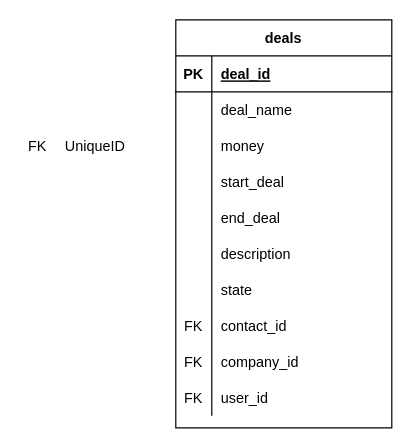
Earlier version of the draw.io diagram page "deals" (4 of 10) of Untitled Diagram.drawio (stamppls/crm-design). Source tidied: cells renumbered, new cells numbered last; positions are measured from the earlier drawing's top-left corner, leaving out a move shared by most shapes. Both pictures are drawn from the tidied source at 120%, with x=0, y=0 at pixel (19, 19).
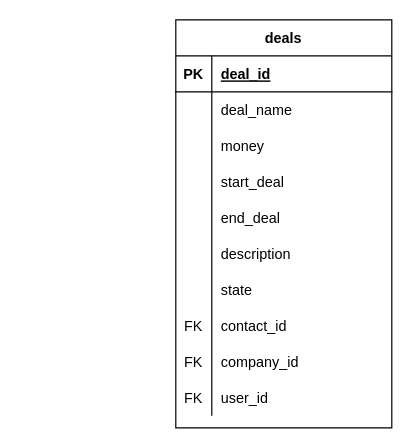
The same diagram, later.

Change to the diagram source:
```diff
@@
-    <mxCell id="33" style="shape=table;startSize=0;childLayout=tableLayout;rowLines=0;fontStyle=0;align=center;strokeColor=none;fillColor=none;" parent="1" vertex="1">
-      <mxGeometry y="90" width="180" height="30" as="geometry" />
-    </mxCell>
-    <mxCell id="34" style="shape=partialRectangle;fillColor=none;top=0;left=0;bottom=0;right=0;" parent="33" vertex="1">
-      <mxGeometry width="180" height="30" as="geometry" />
-    </mxCell>
-    <mxCell id="35" value="FK" style="shape=partialRectangle;fillColor=none;top=0;left=0;bottom=0;right=0;fontStyle=0;overflow=hidden;" parent="34" vertex="1">
-      <mxGeometry width="30" height="30" as="geometry" />
-    </mxCell>
-    <mxCell id="36" value="UniqueID" style="shape=partialRectangle;fillColor=none;top=0;left=0;bottom=0;right=0;align=left;spacingLeft=6;fontStyle=0;overflow=hidden;" parent="34" vertex="1">
-      <mxGeometry x="30" width="150" height="30" as="geometry" />
-    </mxCell>
```
